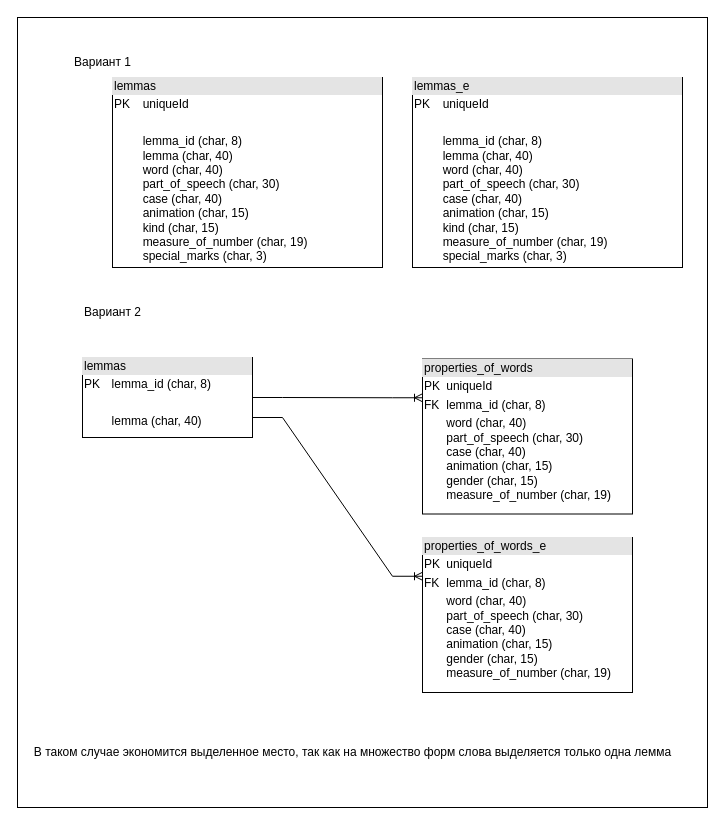
This is Schema_Table.drawio from vdhudenkih/Diagrams, a draw.io file, before an edit. Source tidied: cells renumbered, new cells numbered last; positions are measured from the earlier drawing's top-left corner, leaving out a move shared by most shapes. Both pictures are drawn from the tidied source at 100%, with x=0, y=0 at pixel (17, 17).
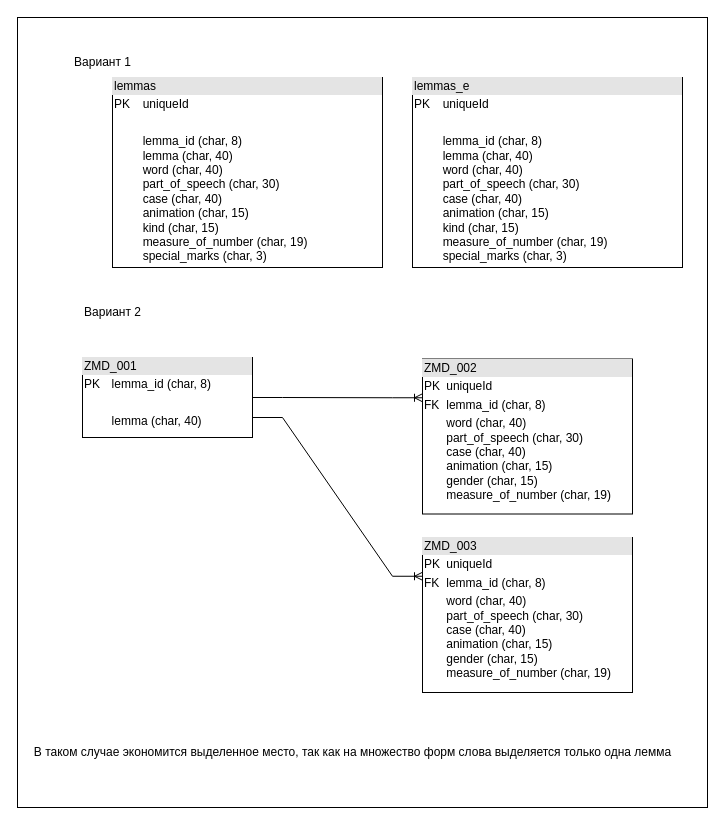
After the change.

What changed in the source:
```diff
@@
 <mxGraphModel>
   <root>
     <mxCell id="0" />
     <mxCell id="1" parent="0" />
     <mxCell id="2" style="rounded=0;whiteSpace=wrap;html=1;" parent="1" vertex="1">
       <mxGeometry width="690" height="790" as="geometry" />
     </mxCell>
     <mxCell id="3" value="&lt;div style=&quot;box-sizing: border-box; width: 100%; background: rgb(228, 228, 228); padding: 2px;&quot;&gt;lemmas&lt;/div&gt;&lt;table style=&quot;width:100%;font-size:1em;&quot; cellpadding=&quot;2&quot; cellspacing=&quot;0&quot;&gt;&lt;tbody&gt;&lt;tr&gt;&lt;td&gt;PK&lt;/td&gt;&lt;td&gt;uniqueId&amp;nbsp;&lt;/td&gt;&lt;/tr&gt;&lt;tr&gt;&lt;td&gt;&lt;br&gt;&lt;/td&gt;&lt;td&gt;&lt;br&gt;&lt;/td&gt;&lt;/tr&gt;&lt;tr&gt;&lt;td&gt;&lt;/td&gt;&lt;td&gt;lemma_id (char, 8)&lt;br&gt;lemma (char, 40)&lt;br&gt;word (char, 40)&lt;br&gt;part_of_speech (char, 30)&lt;br&gt;case (char, 40)&lt;br&gt;animation (char, 15)&lt;br&gt;kind (char, 15)&lt;br&gt;measure_of_number (char, 19)&lt;br&gt;special_marks (char, 3)&lt;/td&gt;&lt;/tr&gt;&lt;/tbody&gt;&lt;/table&gt;" style="verticalAlign=top;align=left;overflow=fill;html=1;whiteSpace=wrap;" parent="1" vertex="1">
       <mxGeometry x="95" y="60" width="270" height="190" as="geometry" />
     </mxCell>
     <mxCell id="4" style="shape=tableRow;horizontal=0;startSize=0;swimlaneHead=0;swimlaneBody=0;fillColor=none;top=0;left=0;right=0;bottom=0;" parent="1" vertex="1">
       <mxGeometry x="125" y="490" width="180" height="35" as="geometry" />
     </mxCell>
     <mxCell id="5" style="shape=partialRectangle;fillColor=none;top=0;left=0;bottom=0;right=0;overflow=hidden;whiteSpace=wrap;html=1;" parent="4" vertex="1">
       <mxGeometry width="30" height="35" as="geometry" />
     </mxCell>
     <mxCell id="6" value="Вариант 1" style="text;html=1;align=center;verticalAlign=middle;strokeColor=none;fillColor=none;" parent="1" vertex="1">
       <mxGeometry x="45" y="30" width="80" height="30" as="geometry" />
     </mxCell>
     <mxCell id="7" value="Вариант 2" style="text;html=1;align=center;verticalAlign=middle;strokeColor=none;fillColor=none;" parent="1" vertex="1">
       <mxGeometry x="55" y="280" width="80" height="30" as="geometry" />
     </mxCell>
-    <mxCell id="8" value="&lt;div style=&quot;box-sizing: border-box; width: 100%; background: rgb(228, 228, 228); padding: 2px;&quot;&gt;properties_of_words&lt;/div&gt;&lt;table style=&quot;width:100%;font-size:1em;&quot; cellpadding=&quot;2&quot; cellspacing=&quot;0&quot;&gt;&lt;tbody&gt;&lt;tr&gt;&lt;td&gt;PK&lt;/td&gt;&lt;td&gt;uniqueId&amp;nbsp;&lt;/td&gt;&lt;/tr&gt;&lt;tr&gt;&lt;td&gt;FK&lt;/td&gt;&lt;td&gt;lemma_id (char, 8)&lt;/td&gt;&lt;/tr&gt;&lt;tr&gt;&lt;td&gt;&lt;/td&gt;&lt;td&gt;word (char, 40)&lt;br&gt;part_of_speech (char, 30)&lt;br&gt;case (char, 40)&lt;br&gt;animation (char, 15)&lt;br&gt;gender (char, 15)&lt;br&gt;measure_of_number (char, 19)&lt;br&gt;&lt;/td&gt;&lt;/tr&gt;&lt;/tbody&gt;&lt;/table&gt;" style="verticalAlign=top;align=left;overflow=fill;html=1;whiteSpace=wrap;" parent="1" vertex="1">
+    <mxCell id="8" value="&lt;div style=&quot;box-sizing: border-box; width: 100%; background: rgb(228, 228, 228); padding: 2px;&quot;&gt;ZMD_002&lt;/div&gt;&lt;table style=&quot;width:100%;font-size:1em;&quot; cellpadding=&quot;2&quot; cellspacing=&quot;0&quot;&gt;&lt;tbody&gt;&lt;tr&gt;&lt;td&gt;PK&lt;/td&gt;&lt;td&gt;uniqueId&amp;nbsp;&lt;/td&gt;&lt;/tr&gt;&lt;tr&gt;&lt;td&gt;FK&lt;/td&gt;&lt;td&gt;lemma_id (char, 8)&lt;/td&gt;&lt;/tr&gt;&lt;tr&gt;&lt;td&gt;&lt;/td&gt;&lt;td&gt;word (char, 40)&lt;br&gt;part_of_speech (char, 30)&lt;br&gt;case (char, 40)&lt;br&gt;animation (char, 15)&lt;br&gt;gender (char, 15)&lt;br&gt;measure_of_number (char, 19)&lt;br&gt;&lt;/td&gt;&lt;/tr&gt;&lt;/tbody&gt;&lt;/table&gt;" style="verticalAlign=top;align=left;overflow=fill;html=1;whiteSpace=wrap;" parent="1" vertex="1">
       <mxGeometry x="405" y="341.5" width="210" height="155" as="geometry" />
     </mxCell>
-    <mxCell id="9" value="&lt;div style=&quot;box-sizing: border-box; width: 100%; background: rgb(228, 228, 228); padding: 2px;&quot;&gt;lemmas&lt;/div&gt;&lt;table style=&quot;width:100%;font-size:1em;&quot; cellpadding=&quot;2&quot; cellspacing=&quot;0&quot;&gt;&lt;tbody&gt;&lt;tr&gt;&lt;td&gt;PK&lt;/td&gt;&lt;td&gt;lemma_id (char, 8)&lt;/td&gt;&lt;/tr&gt;&lt;tr&gt;&lt;td&gt;&lt;br&gt;&lt;/td&gt;&lt;td&gt;&lt;br&gt;&lt;/td&gt;&lt;/tr&gt;&lt;tr&gt;&lt;td&gt;&lt;/td&gt;&lt;td&gt;lemma (char, 40)&lt;br&gt;&lt;/td&gt;&lt;/tr&gt;&lt;/tbody&gt;&lt;/table&gt;" style="verticalAlign=top;align=left;overflow=fill;html=1;whiteSpace=wrap;" parent="1" vertex="1">
+    <mxCell id="9" value="&lt;div style=&quot;box-sizing: border-box; width: 100%; background: rgb(228, 228, 228); padding: 2px;&quot;&gt;ZMD_001&lt;/div&gt;&lt;table style=&quot;width:100%;font-size:1em;&quot; cellpadding=&quot;2&quot; cellspacing=&quot;0&quot;&gt;&lt;tbody&gt;&lt;tr&gt;&lt;td&gt;PK&lt;/td&gt;&lt;td&gt;lemma_id (char, 8)&lt;/td&gt;&lt;/tr&gt;&lt;tr&gt;&lt;td&gt;&lt;br&gt;&lt;/td&gt;&lt;td&gt;&lt;br&gt;&lt;/td&gt;&lt;/tr&gt;&lt;tr&gt;&lt;td&gt;&lt;/td&gt;&lt;td&gt;lemma (char, 40)&lt;br&gt;&lt;/td&gt;&lt;/tr&gt;&lt;/tbody&gt;&lt;/table&gt;" style="verticalAlign=top;align=left;overflow=fill;html=1;whiteSpace=wrap;" parent="1" vertex="1">
       <mxGeometry x="65" y="340" width="170" height="80" as="geometry" />
     </mxCell>
     <mxCell id="10" style="edgeStyle=entityRelationEdgeStyle;fontSize=12;html=1;endArrow=ERoneToMany;rounded=0;exitX=1;exitY=0.5;exitDx=0;exitDy=0;entryX=0;entryY=0.25;entryDx=0;entryDy=0;" parent="1" edge="1" source="9" target="8">
       <mxGeometry relative="1" as="geometry" />
     </mxCell>
     <mxCell id="11" value="В таком случае экономится выделенное место, так как на множество форм слова выделяется только одна лемма" style="text;html=1;align=center;verticalAlign=middle;strokeColor=none;fillColor=none;" parent="1" vertex="1">
       <mxGeometry x="5" y="720" width="660" height="30" as="geometry" />
     </mxCell>
-    <mxCell id="12" value="&lt;div style=&quot;box-sizing: border-box; width: 100%; background: rgb(228, 228, 228); padding: 2px;&quot;&gt;properties_of_words_e&lt;/div&gt;&lt;table style=&quot;width:100%;font-size:1em;&quot; cellpadding=&quot;2&quot; cellspacing=&quot;0&quot;&gt;&lt;tbody&gt;&lt;tr&gt;&lt;td&gt;PK&lt;/td&gt;&lt;td&gt;uniqueId&amp;nbsp;&lt;/td&gt;&lt;/tr&gt;&lt;tr&gt;&lt;td&gt;FK&lt;/td&gt;&lt;td&gt;lemma_id (char, 8)&lt;/td&gt;&lt;/tr&gt;&lt;tr&gt;&lt;td&gt;&lt;/td&gt;&lt;td&gt;word (char, 40)&lt;br&gt;part_of_speech (char, 30)&lt;br&gt;case (char, 40)&lt;br&gt;animation (char, 15)&lt;br&gt;gender (char, 15)&lt;br&gt;measure_of_number (char, 19)&lt;br&gt;&lt;/td&gt;&lt;/tr&gt;&lt;/tbody&gt;&lt;/table&gt;" style="verticalAlign=top;align=left;overflow=fill;html=1;whiteSpace=wrap;" parent="1" vertex="1">
+    <mxCell id="12" value="&lt;div style=&quot;box-sizing: border-box; width: 100%; background: rgb(228, 228, 228); padding: 2px;&quot;&gt;ZMD_003&lt;/div&gt;&lt;table style=&quot;width:100%;font-size:1em;&quot; cellpadding=&quot;2&quot; cellspacing=&quot;0&quot;&gt;&lt;tbody&gt;&lt;tr&gt;&lt;td&gt;PK&lt;/td&gt;&lt;td&gt;uniqueId&amp;nbsp;&lt;/td&gt;&lt;/tr&gt;&lt;tr&gt;&lt;td&gt;FK&lt;/td&gt;&lt;td&gt;lemma_id (char, 8)&lt;/td&gt;&lt;/tr&gt;&lt;tr&gt;&lt;td&gt;&lt;/td&gt;&lt;td&gt;word (char, 40)&lt;br&gt;part_of_speech (char, 30)&lt;br&gt;case (char, 40)&lt;br&gt;animation (char, 15)&lt;br&gt;gender (char, 15)&lt;br&gt;measure_of_number (char, 19)&lt;br&gt;&lt;/td&gt;&lt;/tr&gt;&lt;/tbody&gt;&lt;/table&gt;" style="verticalAlign=top;align=left;overflow=fill;html=1;whiteSpace=wrap;" parent="1" vertex="1">
       <mxGeometry x="405" y="520" width="210" height="155" as="geometry" />
     </mxCell>
     <mxCell id="13" style="edgeStyle=entityRelationEdgeStyle;fontSize=12;html=1;endArrow=ERoneToMany;rounded=0;exitX=1;exitY=0.75;exitDx=0;exitDy=0;entryX=0;entryY=0.25;entryDx=0;entryDy=0;" parent="1" edge="1" source="9" target="12">
       <mxGeometry relative="1" as="geometry" />
     </mxCell>
     <mxCell id="14" value="&lt;div style=&quot;box-sizing: border-box; width: 100%; background: rgb(228, 228, 228); padding: 2px;&quot;&gt;lemmas_e&lt;/div&gt;&lt;table style=&quot;width:100%;font-size:1em;&quot; cellpadding=&quot;2&quot; cellspacing=&quot;0&quot;&gt;&lt;tbody&gt;&lt;tr&gt;&lt;td&gt;PK&lt;/td&gt;&lt;td&gt;uniqueId&amp;nbsp;&lt;/td&gt;&lt;/tr&gt;&lt;tr&gt;&lt;td&gt;&lt;br&gt;&lt;/td&gt;&lt;td&gt;&lt;br&gt;&lt;/td&gt;&lt;/tr&gt;&lt;tr&gt;&lt;td&gt;&lt;/td&gt;&lt;td&gt;lemma_id (char, 8)&lt;br&gt;lemma (char, 40)&lt;br&gt;word (char, 40)&lt;br&gt;part_of_speech (char, 30)&lt;br&gt;case (char, 40)&lt;br&gt;animation (char, 15)&lt;br&gt;kind (char, 15)&lt;br&gt;measure_of_number (char, 19)&lt;br&gt;special_marks (char, 3)&lt;/td&gt;&lt;/tr&gt;&lt;/tbody&gt;&lt;/table&gt;" style="verticalAlign=top;align=left;overflow=fill;html=1;whiteSpace=wrap;" parent="1" vertex="1">
       <mxGeometry x="395" y="60" width="270" height="190" as="geometry" />
     </mxCell>
   </root>
 </mxGraphModel>
```
